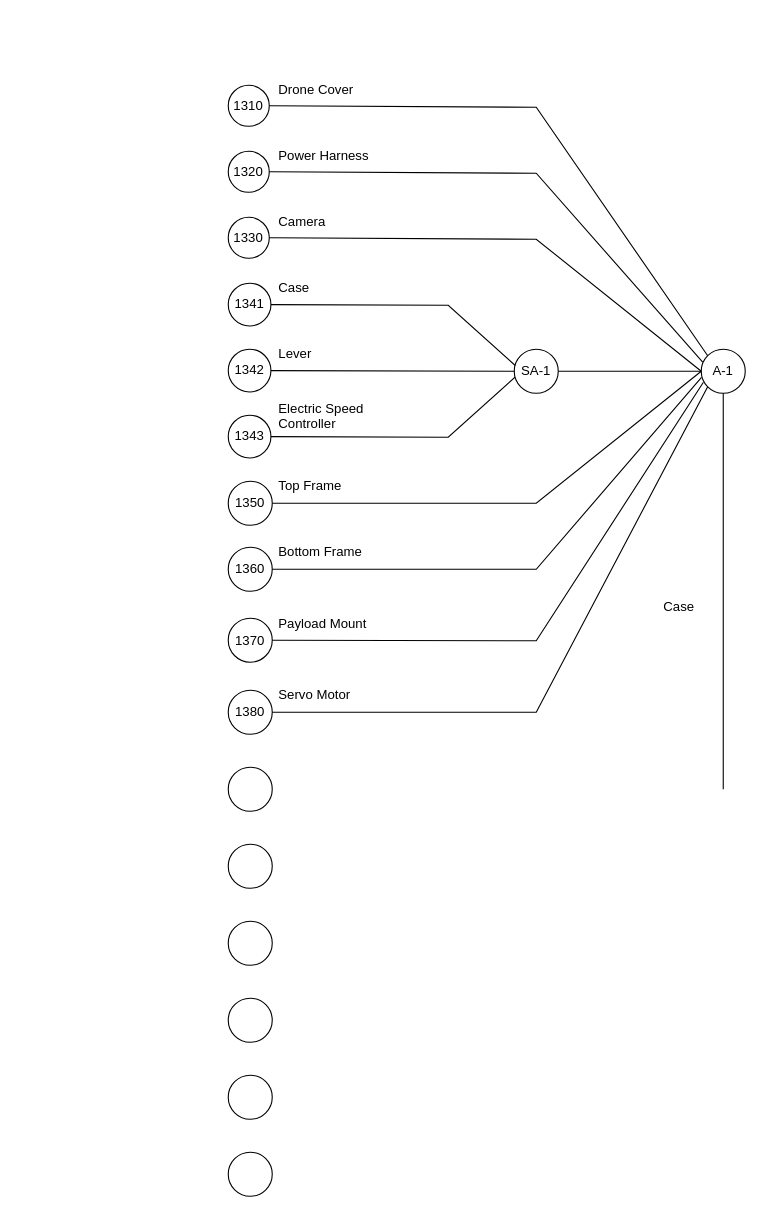
This is Untitled Diagram.drawio from rianromad/Image-Storage, a draw.io file, before an edit. Source tidied: cells renumbered, new cells numbered last; positions are measured from the earlier drawing's top-left corner, leaving out a move shared by most shapes. Both pictures are drawn from the tidied source at 110%, with x=0, y=0 at pixel (228, 74).
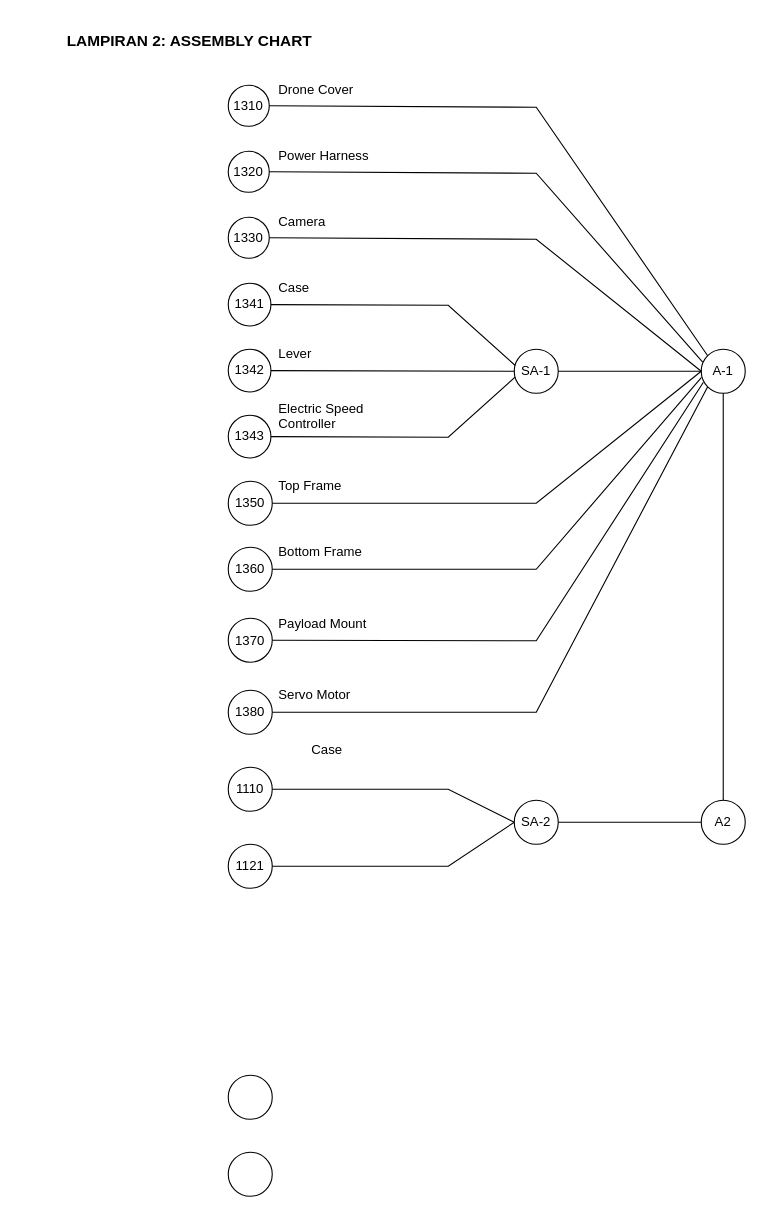
The same diagram, later.

The change refers to these unchanged cells:
```xml
<mxCell id="18" value="A-1" style="ellipse;whiteSpace=wrap;html=1;" parent="1" vertex="1">
  <mxGeometry x="430" y="250" width="40" height="40" as="geometry" />
</mxCell>
```

Change to the diagram source:
```diff
@@
-    <mxCell id="2" style="ellipse;whiteSpace=wrap;html=1;" parent="1" vertex="1">
-      <mxGeometry y="770" width="40" height="40" as="geometry" />
+    <mxCell id="2" value="SA-2" style="ellipse;whiteSpace=wrap;html=1;" parent="1" vertex="1">
+      <mxGeometry x="260" y="660" width="40" height="40" as="geometry" />
     </mxCell>
-    <mxCell id="3" style="ellipse;whiteSpace=wrap;html=1;" parent="1" vertex="1">
+    <mxCell id="3" value="1110" style="ellipse;whiteSpace=wrap;html=1;" parent="1" vertex="1">
       <mxGeometry y="630" width="40" height="40" as="geometry" />
     </mxCell>
-    <mxCell id="4" style="ellipse;whiteSpace=wrap;html=1;" parent="1" vertex="1">
+    <mxCell id="4" value="1121" style="ellipse;whiteSpace=wrap;html=1;" parent="1" vertex="1">
       <mxGeometry y="700" width="40" height="40" as="geometry" />
     </mxCell>
-    <mxCell id="5" style="ellipse;whiteSpace=wrap;html=1;" parent="1" vertex="1">
-      <mxGeometry y="840" width="40" height="40" as="geometry" />
+    <mxCell id="5" value="A2" style="ellipse;whiteSpace=wrap;html=1;" parent="1" vertex="1">
+      <mxGeometry x="430" y="660" width="40" height="40" as="geometry" />
     </mxCell>
@@
-    <mxCell id="19" style="endArrow=none;html=1;entryX=0.5;entryY=1;entryDx=0;entryDy=0;" parent="1" edge="1" target="18">
-      <mxGeometry relative="1" as="geometry">
-        <mxPoint x="450" y="650" as="sourcePoint" />
-      </mxGeometry>
+    <mxCell id="19" style="endArrow=none;html=1;entryX=0.5;entryY=1;entryDx=0;entryDy=0;exitX=0.5;exitY=0;exitDx=0;exitDy=0;" parent="1" edge="1" source="5" target="18">
+      <mxGeometry relative="1" as="geometry" />
     </mxCell>
@@
     <mxCell id="21" value="Case" style="text;strokeColor=none;fillColor=none;align=left;verticalAlign=top;spacingLeft=4;spacingRight=4;overflow=hidden;" parent="1" vertex="1">
-      <mxGeometry x="390" y="470" width="80" height="26" as="geometry" />
+      <mxGeometry x="70" y="600" width="80" height="26" as="geometry" />
     </mxCell>
@@
+    <mxCell id="52" value="&lt;div&gt;&lt;font style=&quot;font-size: 14px&quot;&gt;&lt;b&gt;LAMPIRAN 2: ASSEMBLY CHART&lt;br&gt;&lt;/b&gt;&lt;/font&gt;&lt;/div&gt;" style="text;html=1;strokeColor=none;fillColor=none;align=center;verticalAlign=middle;whiteSpace=wrap;rounded=0;" parent="1" vertex="1">
+      <mxGeometry x="-190" y="-50" width="310" height="40" as="geometry" />
+    </mxCell>
+    <mxCell id="53" style="endArrow=none;html=1;exitX=1;exitY=0.5;exitDx=0;exitDy=0;entryX=0;entryY=0.5;entryDx=0;entryDy=0;rounded=0;" parent="1" edge="1" source="3" target="2">
+      <mxGeometry relative="1" as="geometry">
+        <Array as="points">
+          <mxPoint x="200" y="650" />
+        </Array>
+      </mxGeometry>
+    </mxCell>
+    <mxCell id="54" style="endArrow=none;html=1;strokeColor=#000000;exitX=1;exitY=0.5;exitDx=0;exitDy=0;entryX=0;entryY=0.5;entryDx=0;entryDy=0;rounded=0;" parent="1" edge="1" source="4" target="2">
+      <mxGeometry relative="1" as="geometry">
+        <Array as="points">
+          <mxPoint x="200" y="720" />
+        </Array>
+      </mxGeometry>
+    </mxCell>
+    <mxCell id="55" style="endArrow=none;html=1;strokeColor=#000000;exitX=1;exitY=0.5;exitDx=0;exitDy=0;entryX=0;entryY=0.5;entryDx=0;entryDy=0;" parent="1" edge="1" source="2" target="5">
+      <mxGeometry relative="1" as="geometry" />
+    </mxCell>
```
